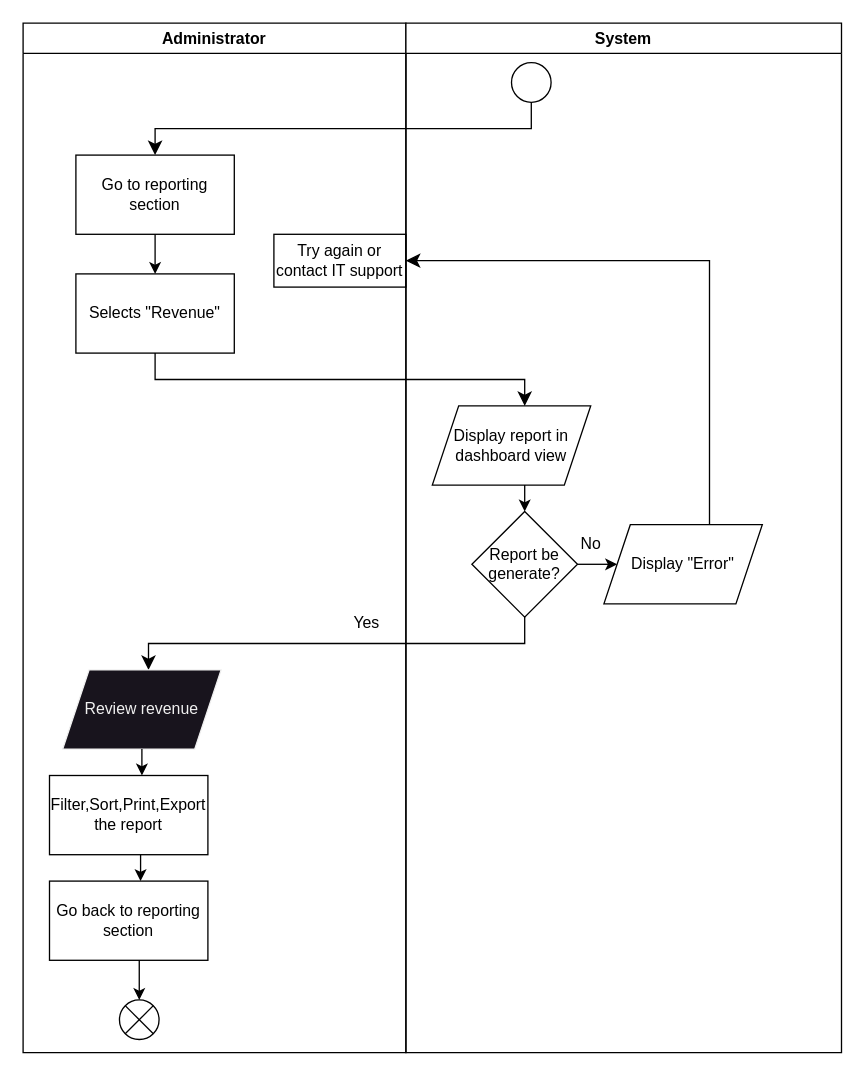
The draw.io diagram project/drawio/stakeholder/activity diagram/uc07.drawio in drshahizan/software-engineering, before the edit. Source tidied: cells renumbered, new cells numbered last; positions are measured from the earlier drawing's top-left corner, leaving out a move shared by most shapes. Both pictures are drawn from the tidied source at 132%, with x=0, y=0 at pixel (22, 22).
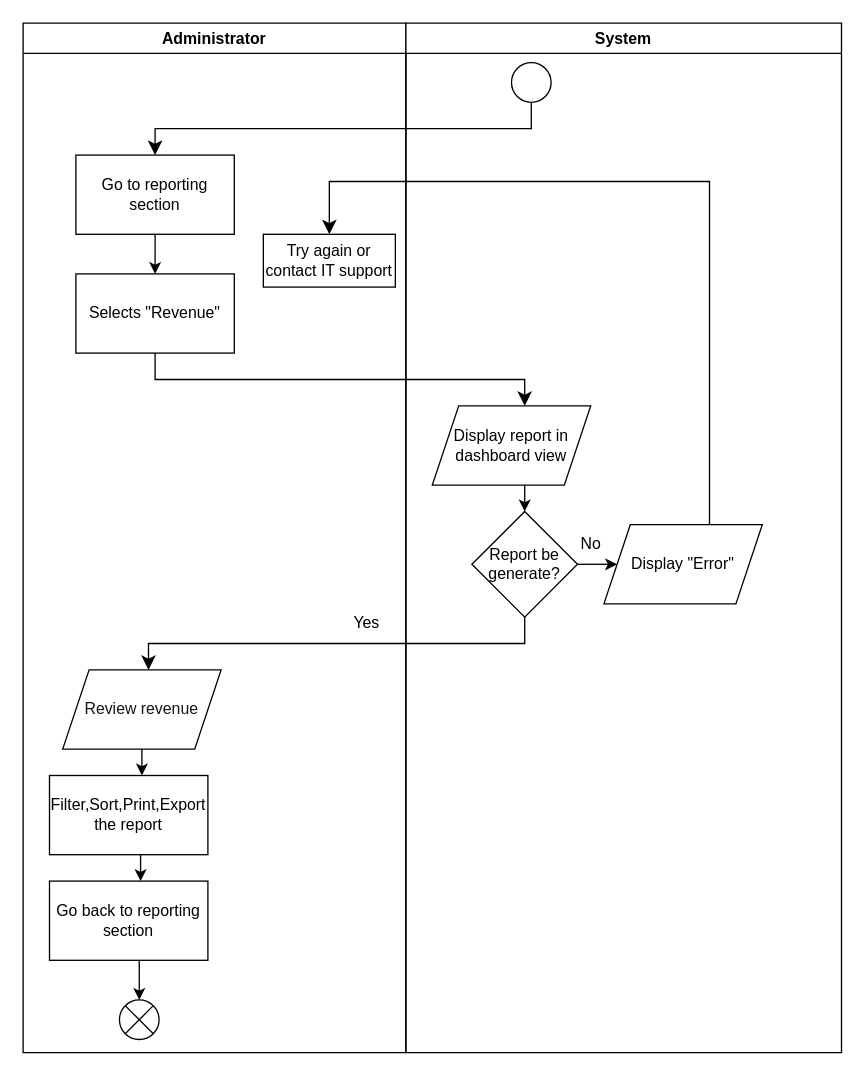
The same diagram, later.

Change to the diagram source:
```diff
@@
-    <mxCell id="13" value="Review revenue" style="shape=parallelogram;perimeter=parallelogramPerimeter;whiteSpace=wrap;html=1;fixedSize=1;fontFamily=Helvetica;fontSize=12;fontColor=rgb(240, 240, 240);align=center;strokeColor=rgb(240, 240, 240);fillColor=rgb(24, 20, 29);" parent="1" vertex="1">
+    <mxCell id="13" value="&lt;font color=&quot;#18141d&quot;&gt;Review revenue&lt;/font&gt;" style="shape=parallelogram;perimeter=parallelogramPerimeter;whiteSpace=wrap;html=1;fixedSize=1;fontFamily=Helvetica;fontSize=12;fontColor=rgb(240, 240, 240);align=center;strokeColor=#000000;fillColor=#FFFFFF;" parent="1" vertex="1">
       <mxGeometry x="30" y="490" width="120" height="60" as="geometry" />
     </mxCell>
@@
-    <mxCell id="23" style="edgeStyle=elbowEdgeStyle;elbow=vertical;endArrow=classic;html=1;curved=0;rounded=0;endSize=8;startSize=8;" parent="1" edge="1">
+    <mxCell id="23" style="edgeStyle=elbowEdgeStyle;elbow=vertical;endArrow=classic;html=1;curved=0;rounded=0;endSize=8;startSize=8;entryX=0.5;entryY=0;entryDx=0;entryDy=0;" parent="1" edge="1" target="24">
       <mxGeometry relative="1" as="geometry">
         <mxPoint x="520" y="380" as="sourcePoint" />
-        <mxPoint x="290" y="180" as="targetPoint" />
         <Array as="points">
-          <mxPoint x="380" y="180" />
+          <mxPoint x="490" y="120" />
         </Array>
       </mxGeometry>
     </mxCell>
     <mxCell id="24" value="Try again or contact IT support" style="rounded=0;whiteSpace=wrap;html=1;" parent="1" vertex="1">
-      <mxGeometry x="190" y="160" width="100" height="40" as="geometry" />
+      <mxGeometry x="182" y="160" width="100" height="40" as="geometry" />
     </mxCell>
```
